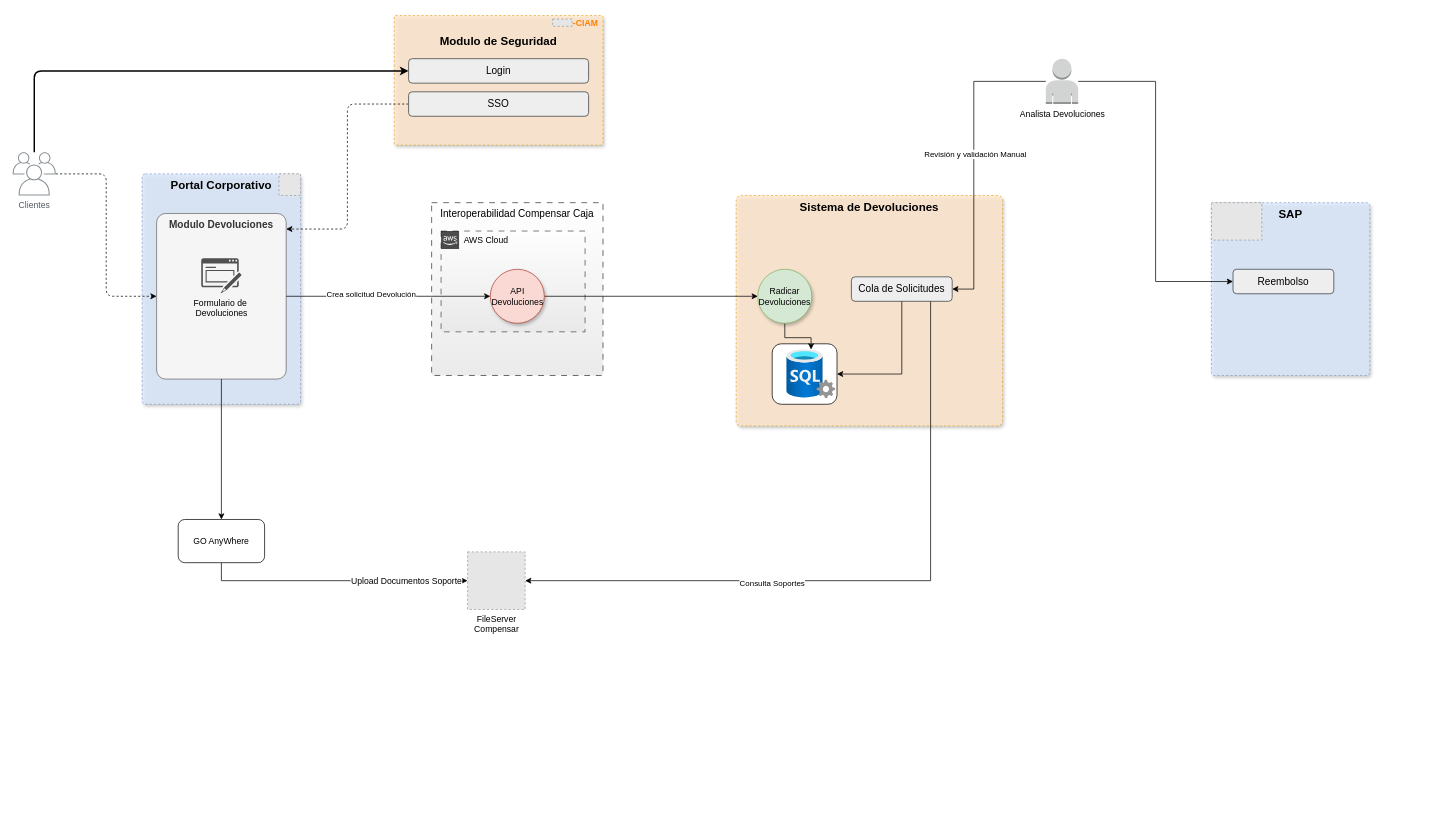
Before: page "Page-2" (2 of 2) of Devoluciones.drawio in carlosvalderrama1204/diagrams, a draw.io diagram. Source tidied: cells renumbered, new cells numbered last; positions are measured from the earlier drawing's top-left corner, leaving out a move shared by most shapes. Both pictures are drawn from the tidied source at 72%, with x=0, y=0 at pixel (12, 15). Pictures stored in the file or linked from it are replaced by grey dashed boxes.
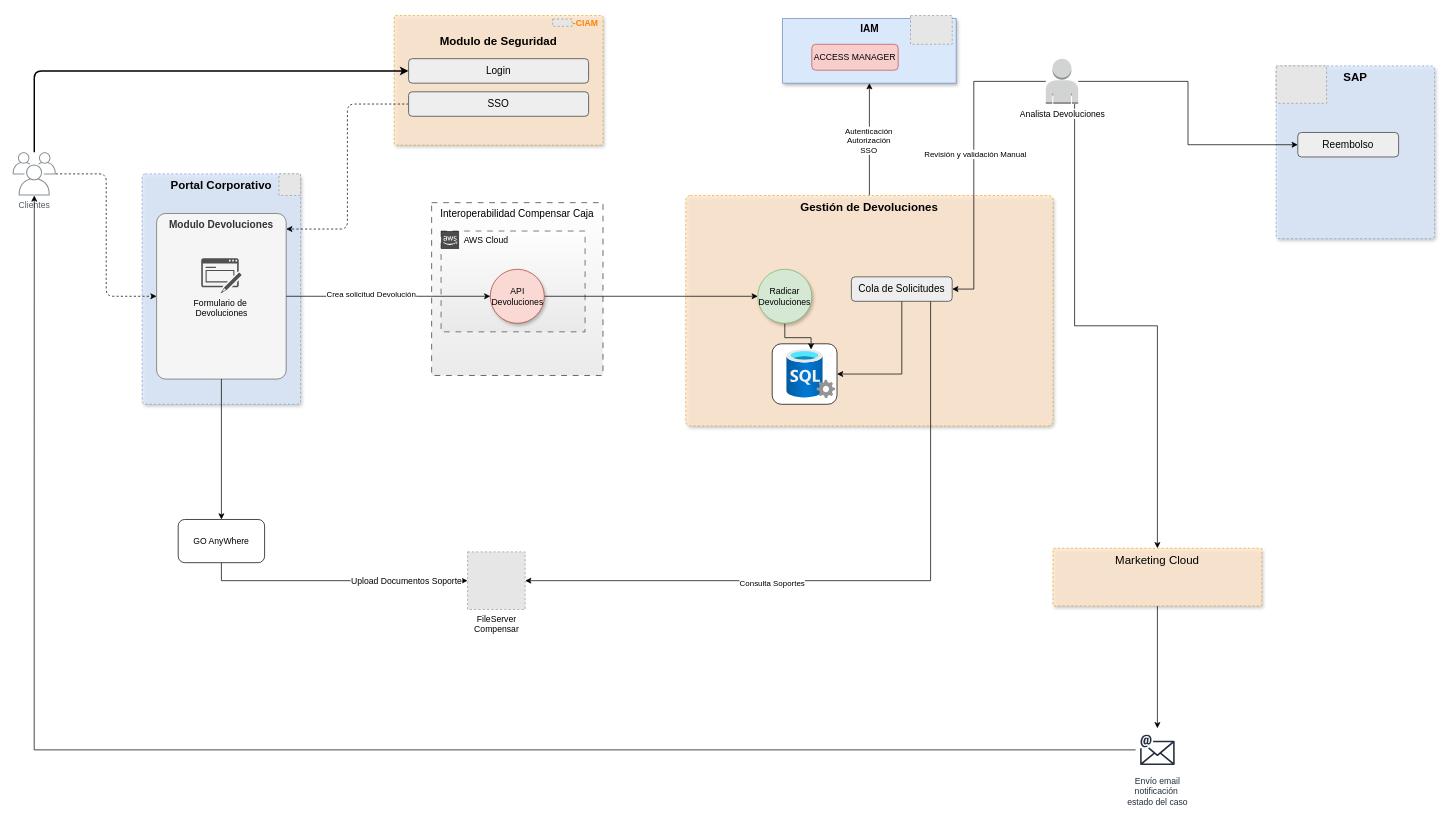
The same diagram, later.

Unchanged cells that the change refers to:
```xml
<mxCell id="18" value="Clientes" style="sketch=0;outlineConnect=0;gradientColor=none;fontColor=#545B64;strokeColor=none;fillColor=#879196;dashed=0;verticalLabelPosition=bottom;verticalAlign=top;align=center;html=1;fontSize=12;fontStyle=0;shape=mxgraph.aws4.illustration_users;" parent="1" vertex="1">
  <mxGeometry y="190" width="60" height="60" as="geometry" />
</mxCell>
<mxCell id="33" value="Analista Devoluciones" style="outlineConnect=0;dashed=0;verticalLabelPosition=bottom;verticalAlign=top;align=center;html=1;shape=mxgraph.aws3.user;fillColor=#D2D3D3;gradientColor=none;labelBackgroundColor=default;" parent="1" vertex="1">
  <mxGeometry x="1435" y="60" width="45" height="63" as="geometry" />
</mxCell>
```

What changed in the source:
```diff
@@
+    <mxCell id="44" style="edgeStyle=orthogonalEdgeStyle;rounded=0;jettySize=auto;html=1;" parent="1" edge="1" source="2" target="47">
+      <mxGeometry relative="1" as="geometry" />
+    </mxCell>
+    <mxCell id="45" value="Autenticación&lt;br&gt;Autorización&lt;br&gt;SSO" style="edgeLabel;html=1;align=center;verticalAlign=middle;" parent="44" vertex="1">
+      <mxGeometry x="-0.02" y="2" relative="1" as="geometry">
+        <mxPoint y="-1" as="offset" />
+      </mxGeometry>
+    </mxCell>
-    <mxCell id="2" value="Sistema de Devoluciones" style="rounded=1;whiteSpace=wrap;html=1;labelBackgroundColor=none;labelBorderColor=none;fillStyle=auto;strokeColor=#d79b00;fontSize=16;fillColor=#ffe6cc;opacity=80;verticalAlign=top;align=center;dashed=1;arcSize=2;fontStyle=1;shadow=1;" parent="1" vertex="1">
-      <mxGeometry x="1005" y="250" width="370" height="320" as="geometry" />
+    <mxCell id="2" value="Gestión de Devoluciones" style="rounded=1;whiteSpace=wrap;html=1;labelBackgroundColor=none;labelBorderColor=none;fillStyle=auto;strokeColor=#d79b00;fontSize=16;fillColor=#ffe6cc;opacity=80;verticalAlign=top;align=center;dashed=1;arcSize=2;fontStyle=1;shadow=1;" parent="1" vertex="1">
+      <mxGeometry x="935" y="250" width="510" height="320" as="geometry" />
     </mxCell>
@@
     <mxCell id="22" value="SAP" style="rounded=1;whiteSpace=wrap;html=1;labelBackgroundColor=none;labelBorderColor=none;fillStyle=auto;strokeColor=#6c8ebf;fontSize=16;fillColor=#dae8fc;opacity=80;verticalAlign=top;align=center;dashed=1;arcSize=2;fontStyle=1;shadow=1;" parent="1" vertex="1">
-      <mxGeometry x="1665" y="260" width="220" height="240" as="geometry" />
+      <mxGeometry x="1755" y="70" width="220" height="240" as="geometry" />
     </mxCell>
     <mxCell id="23" style="fillColor=#E6E6E6;strokeColor=#999999;dashed=1;verticalLabelPosition=bottom;verticalAlign=top;" parent="1" vertex="1">
-      <mxGeometry x="1665" y="260" width="70" height="52" as="geometry" />
+      <mxGeometry x="1755" y="70" width="70" height="52" as="geometry" />
     </mxCell>
@@
+    <mxCell id="46" style="edgeStyle=orthogonalEdgeStyle;rounded=0;jettySize=auto;html=1;" parent="1" edge="1" source="33" target="51">
+      <mxGeometry relative="1" as="geometry">
+        <Array as="points">
+          <mxPoint x="1475" y="431" />
+          <mxPoint x="1590" y="431" />
+        </Array>
+      </mxGeometry>
+    </mxCell>
@@
     <mxCell id="43" value="Reembolso" style="rounded=1;whiteSpace=wrap;html=1;strokeColor=#36393d;fillColor=#eeeeee;fontSize=14;" parent="1" vertex="1">
-      <mxGeometry x="1695" y="352.5" width="140" height="34" as="geometry" />
+      <mxGeometry x="1785" y="162.5" width="140" height="34" as="geometry" />
     </mxCell>
+    <mxCell id="47" value="IAM" style="rounded=0;whiteSpace=wrap;html=1;fontSize=14;fontStyle=1;verticalAlign=top;fillColor=#dae8fc;strokeColor=#6c8ebf;shadow=1;" parent="1" vertex="1">
+      <mxGeometry x="1069.5" y="4" width="241" height="90" as="geometry" />
+    </mxCell>
+    <mxCell id="48" value="ACCESS MANAGER" style="rounded=1;whiteSpace=wrap;html=1;fillColor=#f8cecc;strokeColor=#b85450;" parent="1" vertex="1">
+      <mxGeometry x="1110" y="40" width="120" height="36" as="geometry" />
+    </mxCell>
+    <mxCell id="49" style="fillColor=#E6E6E6;strokeColor=#999999;dashed=1;verticalLabelPosition=bottom;verticalAlign=top;" parent="1" vertex="1">
+      <mxGeometry x="1247.1" width="57.9" height="40" as="geometry" />
+    </mxCell>
+    <mxCell id="50" style="edgeStyle=orthogonalEdgeStyle;rounded=0;jettySize=auto;html=1;" parent="1" edge="1" source="51" target="53">
+      <mxGeometry relative="1" as="geometry" />
+    </mxCell>
+    <mxCell id="51" value="Marketing Cloud" style="rounded=1;whiteSpace=wrap;html=1;dashed=1;fillColor=#ffe6cc;align=center;verticalAlign=top;strokeColor=#d79b00;opacity=80;arcSize=1;fontSize=16;shadow=1;" parent="1" vertex="1">
+      <mxGeometry x="1445" y="740" width="290" height="80" as="geometry" />
+    </mxCell>
+    <mxCell id="52" style="edgeStyle=orthogonalEdgeStyle;rounded=0;jettySize=auto;html=1;" parent="1" edge="1" source="53" target="18">
+      <mxGeometry relative="1" as="geometry" />
+    </mxCell>
+    <mxCell id="53" value="Envío email&lt;br&gt;notificación&amp;nbsp;&lt;br&gt;estado del caso" style="sketch=0;outlineConnect=0;fontColor=#232F3E;gradientColor=none;strokeColor=#232F3E;fillColor=#ffffff;dashed=0;verticalLabelPosition=bottom;verticalAlign=top;align=center;html=1;fontSize=12;fontStyle=0;shape=mxgraph.aws4.resourceIcon;resIcon=mxgraph.aws4.email;labelBackgroundColor=default;" parent="1" vertex="1">
+      <mxGeometry x="1560" y="990" width="60" height="60" as="geometry" />
+    </mxCell>
```
